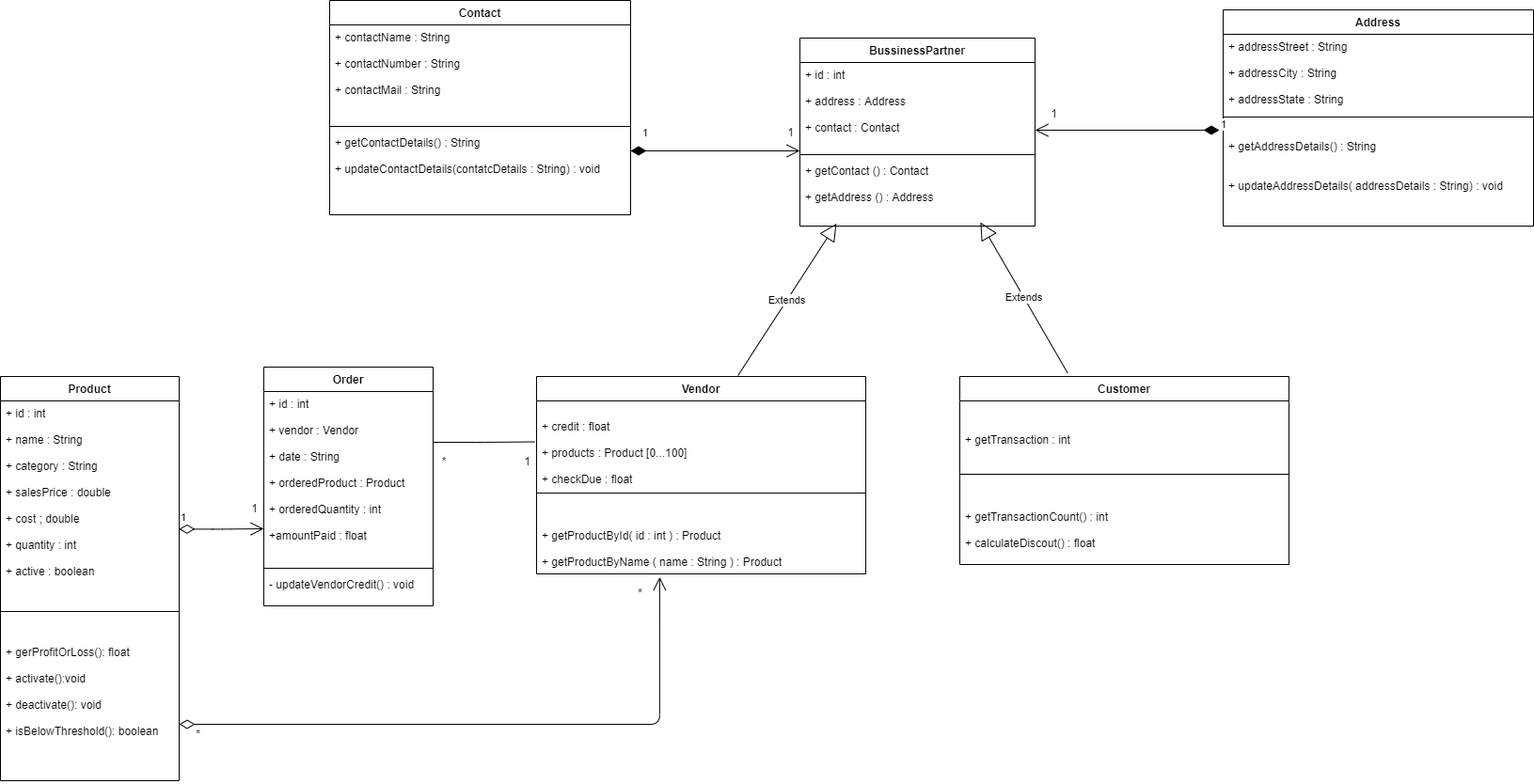
Earlier version of the draw.io export uml.png (Nithin-Madhu/Inventory_Management_System). Source tidied: cells renumbered, new cells last; positions are measured from the earlier drawing's top-left corner, leaving out a move shared by most shapes. Its diagram source:
```xml
<mxGraphModel>
  <root>
    <mxCell id="0" />
    <mxCell id="1" parent="0" />
    <mxCell id="2" value="Product" style="swimlane;fontStyle=1;align=center;verticalAlign=top;horizontal=1;startSize=26;" parent="1" vertex="1">
      <mxGeometry y="400" width="190" height="430" as="geometry" />
    </mxCell>
    <mxCell id="3" value="+ id : int&#10;&#10;+ name : String&#10;&#10;+ category : String&#10;&#10;+ salesPrice : double&#10;&#10;+ cost ; double&#10;&#10;+ quantity : int&#10;&#10;+ active : boolean&#10;&#10;&#10;&#10;&#10;" style="text;strokeColor=none;fillColor=none;align=left;verticalAlign=top;spacingLeft=4;spacingRight=4;overflow=hidden;points=[[0,0.5],[1,0.5]];portConstraint=eastwest;" parent="2" vertex="1">
      <mxGeometry y="26" width="190" height="194" as="geometry" />
    </mxCell>
    <mxCell id="4" style="line;strokeWidth=1;fillColor=none;align=left;verticalAlign=middle;spacingTop=-1;spacingLeft=3;spacingRight=3;labelPosition=right;" parent="2" vertex="1">
      <mxGeometry y="220" width="190" height="60" as="geometry" />
    </mxCell>
    <mxCell id="5" value="+ gerProfitOrLoss(): float&#10;&#10;+ activate():void&#10;&#10;+ deactivate(): void&#10;&#10;+ isBelowThreshold(): boolean" style="text;strokeColor=none;fillColor=none;align=left;verticalAlign=top;spacingLeft=4;spacingRight=4;overflow=hidden;" parent="2" vertex="1">
      <mxGeometry y="280" width="190" height="150" as="geometry" />
    </mxCell>
    <mxCell id="6" value="Order" style="swimlane;fontStyle=1;align=center;verticalAlign=top;horizontal=1;startSize=26;" parent="1" vertex="1">
      <mxGeometry x="280" y="390" width="180" height="254" as="geometry" />
    </mxCell>
    <mxCell id="7" value="+ id : int&#10;&#10;+ vendor : Vendor&#10;&#10;+ date : String&#10;&#10;+ orderedProduct : Product&#10;&#10;+ orderedQuantity : int&#10;&#10;+amountPaid : float &#10;" style="text;strokeColor=none;fillColor=none;align=left;verticalAlign=top;spacingLeft=4;spacingRight=4;overflow=hidden;" parent="6" vertex="1">
      <mxGeometry y="26" width="180" height="184" as="geometry" />
    </mxCell>
    <mxCell id="8" style="line;strokeWidth=1;fillColor=none;align=left;verticalAlign=middle;spacingTop=-1;spacingLeft=3;spacingRight=3;labelPosition=right;" parent="6" vertex="1">
      <mxGeometry y="210" width="180" height="8" as="geometry" />
    </mxCell>
    <mxCell id="9" value="- updateVendorCredit() : void" style="text;strokeColor=none;fillColor=none;align=left;verticalAlign=top;spacingLeft=4;spacingRight=4;overflow=hidden;" parent="6" vertex="1">
      <mxGeometry y="218" width="180" height="36" as="geometry" />
    </mxCell>
    <mxCell id="10" value="Customer" style="swimlane;fontStyle=1;align=center;verticalAlign=top;horizontal=1;startSize=26;" parent="1" vertex="1">
      <mxGeometry x="1020" y="400" width="350" height="200" as="geometry" />
    </mxCell>
    <mxCell id="11" value="&#10;&#10;+ getTransaction : int&#10;&#10;" style="text;strokeColor=none;fillColor=none;align=left;verticalAlign=top;spacingLeft=4;spacingRight=4;overflow=hidden;" parent="10" vertex="1">
      <mxGeometry y="26" width="350" height="74" as="geometry" />
    </mxCell>
    <mxCell id="12" style="line;strokeWidth=1;fillColor=none;align=left;verticalAlign=middle;spacingTop=-1;spacingLeft=3;spacingRight=3;labelPosition=right;" parent="10" vertex="1">
      <mxGeometry y="100" width="350" height="8" as="geometry" />
    </mxCell>
    <mxCell id="13" value="&#10;&#10;+ getTransactionCount() : int&#10;&#10;+ calculateDiscout() : float" style="text;strokeColor=none;fillColor=none;align=left;verticalAlign=top;spacingLeft=4;spacingRight=4;overflow=hidden;" parent="10" vertex="1">
      <mxGeometry y="108" width="350" height="92" as="geometry" />
    </mxCell>
    <mxCell id="14" value="Vendor" style="swimlane;fontStyle=1;align=center;verticalAlign=top;horizontal=1;startSize=26;" parent="1" vertex="1">
      <mxGeometry x="570" y="400" width="350" height="210" as="geometry" />
    </mxCell>
    <mxCell id="15" value="&#10;+ credit : float&#10;&#10;+ products : Product [0...100]&#10;&#10;+ checkDue : float" style="text;strokeColor=none;fillColor=none;align=left;verticalAlign=top;spacingLeft=4;spacingRight=4;overflow=hidden;points=[[0,0.5],[1,0.5]];portConstraint=eastwest;" parent="14" vertex="1">
      <mxGeometry y="26" width="350" height="94" as="geometry" />
    </mxCell>
    <mxCell id="16" style="line;strokeWidth=1;fillColor=none;align=left;verticalAlign=middle;spacingTop=-1;spacingLeft=3;spacingRight=3;labelPosition=right;" parent="14" vertex="1">
      <mxGeometry y="120" width="350" height="8" as="geometry" />
    </mxCell>
    <mxCell id="17" value="&#10;&#10;+ getProductById( id : int ) : Product&#10;&#10;+ getProductByName ( name : String ) : Product" style="text;strokeColor=none;fillColor=none;align=left;verticalAlign=top;spacingLeft=4;spacingRight=4;overflow=hidden;points=[[0,0.5],[1,0.5]];portConstraint=eastwest;" parent="14" vertex="1">
      <mxGeometry y="128" width="350" height="82" as="geometry" />
    </mxCell>
    <mxCell id="18" style="endArrow=none;html=1;edgeStyle=orthogonalEdgeStyle;entryX=-0.006;entryY=0.463;entryDx=0;entryDy=0;entryPerimeter=0;" parent="1" edge="1" target="15">
      <mxGeometry relative="1" as="geometry">
        <mxPoint x="460" y="470" as="sourcePoint" />
      </mxGeometry>
    </mxCell>
    <mxCell id="19" value="1" style="text;html=1;align=center;verticalAlign=middle;strokeColor=none;" parent="1" vertex="1">
      <mxGeometry x="260" y="530" width="20" height="20" as="geometry" />
    </mxCell>
    <mxCell id="20" value="*&amp;nbsp;&amp;nbsp;" style="text;html=1;align=center;verticalAlign=middle;strokeColor=none;" parent="1" vertex="1">
      <mxGeometry x="460" y="480" width="30" height="20" as="geometry" />
    </mxCell>
    <mxCell id="21" value="1" style="text;html=1;align=center;verticalAlign=middle;strokeColor=none;" parent="1" vertex="1">
      <mxGeometry x="550" y="480" width="20" height="20" as="geometry" />
    </mxCell>
    <mxCell id="22" value="*" style="text;html=1;align=center;verticalAlign=middle;strokeColor=none;" parent="1" vertex="1">
      <mxGeometry x="200" y="770" width="20" height="20" as="geometry" />
    </mxCell>
    <mxCell id="23" value="*" style="text;html=1;align=center;verticalAlign=middle;strokeColor=none;" parent="1" vertex="1">
      <mxGeometry x="670" y="620" width="20" height="20" as="geometry" />
    </mxCell>
    <mxCell id="24" value="Extends" style="endArrow=block;endSize=16;endFill=0;html=1;exitX=0.612;exitY=-0.005;exitDx=0;exitDy=0;exitPerimeter=0;entryX=0.197;entryY=1.008;entryDx=0;entryDy=0;entryPerimeter=0;" parent="1" edge="1" source="14">
      <mxGeometry relative="1" as="geometry">
        <mxPoint x="888.9" y="237.3" as="targetPoint" />
      </mxGeometry>
    </mxCell>
    <mxCell id="25" value="Extends" style="endArrow=block;endSize=16;endFill=0;html=1;exitX=0.328;exitY=-0.017;exitDx=0;exitDy=0;exitPerimeter=0;" parent="1" edge="1" source="10">
      <mxGeometry relative="1" as="geometry">
        <mxPoint x="1041.9" y="236" as="targetPoint" />
      </mxGeometry>
    </mxCell>
    <mxCell id="26" value="1" style="endArrow=open;html=1;endSize=12;startArrow=diamondThin;startSize=14;startFill=0;edgeStyle=orthogonalEdgeStyle;align=left;verticalAlign=bottom;exitX=0.999;exitY=0.703;exitDx=0;exitDy=0;exitPerimeter=0;" parent="1" edge="1" source="3">
      <mxGeometry x="-1" y="3" relative="1" as="geometry">
        <mxPoint x="280" y="562" as="targetPoint" />
      </mxGeometry>
    </mxCell>
    <mxCell id="27" style="endArrow=open;html=1;endSize=12;startArrow=diamondThin;startSize=14;startFill=0;edgeStyle=orthogonalEdgeStyle;align=left;verticalAlign=bottom;entryX=0.374;entryY=1.041;entryDx=0;entryDy=0;entryPerimeter=0;" parent="1" edge="1" target="17">
      <mxGeometry x="-0.88" y="9" relative="1" as="geometry">
        <mxPoint x="190" y="770" as="sourcePoint" />
        <Array as="points">
          <mxPoint x="701" y="770" />
        </Array>
      </mxGeometry>
    </mxCell>
    <mxCell id="28" value="Contact" style="swimlane;fontStyle=1;align=center;verticalAlign=top;horizontal=1;startSize=26;" parent="1" vertex="1">
      <mxGeometry x="350" width="320" height="228" as="geometry" />
    </mxCell>
    <mxCell id="29" value="+ contactName : String&#10;&#10;+ contactNumber : String&#10;&#10;+ contactMail : String" style="text;strokeColor=none;fillColor=none;align=left;verticalAlign=top;spacingLeft=4;spacingRight=4;overflow=hidden;" parent="28" vertex="1">
      <mxGeometry y="26" width="320" height="104" as="geometry" />
    </mxCell>
    <mxCell id="30" style="line;strokeWidth=1;fillColor=none;align=left;verticalAlign=middle;spacingTop=-1;spacingLeft=3;spacingRight=3;labelPosition=right;" parent="28" vertex="1">
      <mxGeometry y="130" width="320" height="8" as="geometry" />
    </mxCell>
    <mxCell id="31" value="+ getContactDetails() : String&#10;&#10;+ updateContactDetails(contatcDetails : String) : void" style="text;strokeColor=none;fillColor=none;align=left;verticalAlign=top;spacingLeft=4;spacingRight=4;overflow=hidden;" parent="28" vertex="1">
      <mxGeometry y="138" width="320" height="90" as="geometry" />
    </mxCell>
    <mxCell id="32" value="Address" style="swimlane;fontStyle=1;align=center;verticalAlign=top;horizontal=1;startSize=26;" parent="1" vertex="1">
      <mxGeometry x="1300" y="10" width="330" height="230" as="geometry" />
    </mxCell>
    <mxCell id="33" value="+ addressStreet : String&#10;&#10;+ addressCity : String&#10;&#10;+ addressState : String" style="text;strokeColor=none;fillColor=none;align=left;verticalAlign=top;spacingLeft=4;spacingRight=4;overflow=hidden;" parent="32" vertex="1">
      <mxGeometry y="26" width="330" height="84" as="geometry" />
    </mxCell>
    <mxCell id="34" style="line;strokeWidth=1;fillColor=none;align=left;verticalAlign=middle;spacingTop=-1;spacingLeft=3;spacingRight=3;labelPosition=right;" parent="32" vertex="1">
      <mxGeometry y="110" width="330" height="8" as="geometry" />
    </mxCell>
    <mxCell id="35" value="&#10;+ getAddressDetails() : String&#10;&#10;&#10;+ updateAddressDetails( addressDetails : String) : void" style="text;strokeColor=none;fillColor=none;align=left;verticalAlign=top;spacingLeft=4;spacingRight=4;overflow=hidden;" parent="32" vertex="1">
      <mxGeometry y="118" width="330" height="112" as="geometry" />
    </mxCell>
    <mxCell id="36" value="BussinessPartner" style="swimlane;fontStyle=1;align=center;verticalAlign=top;horizontal=1;startSize=26;" parent="1" vertex="1">
      <mxGeometry x="850" y="40" width="250" height="200" as="geometry" />
    </mxCell>
    <mxCell id="37" value="+ id : int&#10;&#10;+ address : Address&#10;&#10;+ contact : Contact" style="text;strokeColor=none;fillColor=none;align=left;verticalAlign=top;spacingLeft=4;spacingRight=4;overflow=hidden;" parent="36" vertex="1">
      <mxGeometry y="26" width="250" height="94" as="geometry" />
    </mxCell>
    <mxCell id="38" style="line;strokeWidth=1;fillColor=none;align=left;verticalAlign=middle;spacingTop=-1;spacingLeft=3;spacingRight=3;labelPosition=right;" parent="36" vertex="1">
      <mxGeometry y="120" width="250" height="8" as="geometry" />
    </mxCell>
    <mxCell id="39" value="+ getContact () : Contact&#10;&#10;+ getAddress () : Address" style="text;strokeColor=none;fillColor=none;align=left;verticalAlign=top;spacingLeft=4;spacingRight=4;overflow=hidden;" parent="36" vertex="1">
      <mxGeometry y="128" width="250" height="72" as="geometry" />
    </mxCell>
    <mxCell id="40" value="1" style="endArrow=open;html=1;endSize=12;startArrow=diamondThin;startSize=14;startFill=1;edgeStyle=orthogonalEdgeStyle;align=left;verticalAlign=bottom;" parent="1" edge="1">
      <mxGeometry x="-0.88" y="10" relative="1" as="geometry">
        <mxPoint x="670" y="160" as="sourcePoint" />
        <mxPoint x="850" y="160" as="targetPoint" />
      </mxGeometry>
    </mxCell>
    <mxCell id="41" value="1" style="text;html=1;align=center;verticalAlign=middle;strokeColor=none;" parent="1" vertex="1">
      <mxGeometry x="830" y="130" width="20" height="20" as="geometry" />
    </mxCell>
    <mxCell id="42" value="1" style="endArrow=open;html=1;endSize=12;startArrow=diamondThin;startSize=14;startFill=1;edgeStyle=orthogonalEdgeStyle;align=left;verticalAlign=bottom;" parent="1" edge="1">
      <mxGeometry x="-1" y="3" relative="1" as="geometry">
        <mxPoint x="1296" y="138" as="sourcePoint" />
        <mxPoint x="1100" y="138" as="targetPoint" />
      </mxGeometry>
    </mxCell>
    <mxCell id="43" value="1" style="text;html=1;align=center;verticalAlign=middle;strokeColor=none;" parent="1" vertex="1">
      <mxGeometry x="1110" y="110" width="20" height="20" as="geometry" />
    </mxCell>
  </root>
</mxGraphModel>
```
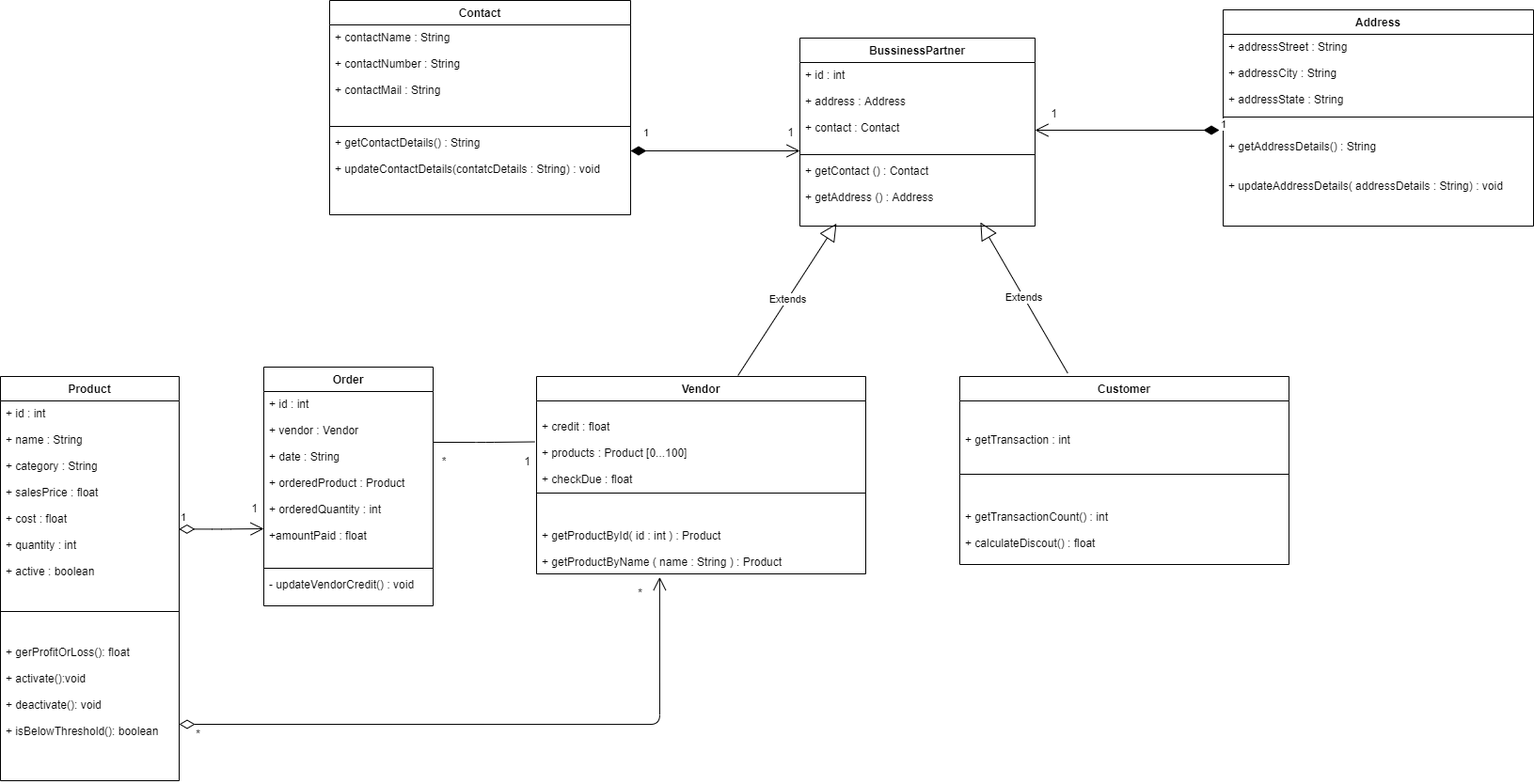
After the commit.

Commit message:
updated uml diagram and created entities and its objects

The edit, as a diff of the source:
```diff
@@ -5,7 +5,7 @@
     <mxCell id="2" value="Product" style="swimlane;fontStyle=1;align=center;verticalAlign=top;horizontal=1;startSize=26;" parent="1" vertex="1">
       <mxGeometry y="400" width="190" height="430" as="geometry" />
     </mxCell>
-    <mxCell id="3" value="+ id : int&#10;&#10;+ name : String&#10;&#10;+ category : String&#10;&#10;+ salesPrice : double&#10;&#10;+ cost ; double&#10;&#10;+ quantity : int&#10;&#10;+ active : boolean&#10;&#10;&#10;&#10;&#10;" style="text;strokeColor=none;fillColor=none;align=left;verticalAlign=top;spacingLeft=4;spacingRight=4;overflow=hidden;points=[[0,0.5],[1,0.5]];portConstraint=eastwest;" parent="2" vertex="1">
+    <mxCell id="3" value="+ id : int&#10;&#10;+ name : String&#10;&#10;+ category : String&#10;&#10;+ salesPrice : float&#10;&#10;+ cost : float&#10;&#10;+ quantity : int&#10;&#10;+ active : boolean&#10;&#10;&#10;&#10;&#10;" style="text;strokeColor=none;fillColor=none;align=left;verticalAlign=top;spacingLeft=4;spacingRight=4;overflow=hidden;points=[[0,0.5],[1,0.5]];portConstraint=eastwest;" parent="2" vertex="1">
       <mxGeometry y="26" width="190" height="194" as="geometry" />
     </mxCell>
     <mxCell id="4" style="line;strokeWidth=1;fillColor=none;align=left;verticalAlign=middle;spacingTop=-1;spacingLeft=3;spacingRight=3;labelPosition=right;" parent="2" vertex="1">
```
